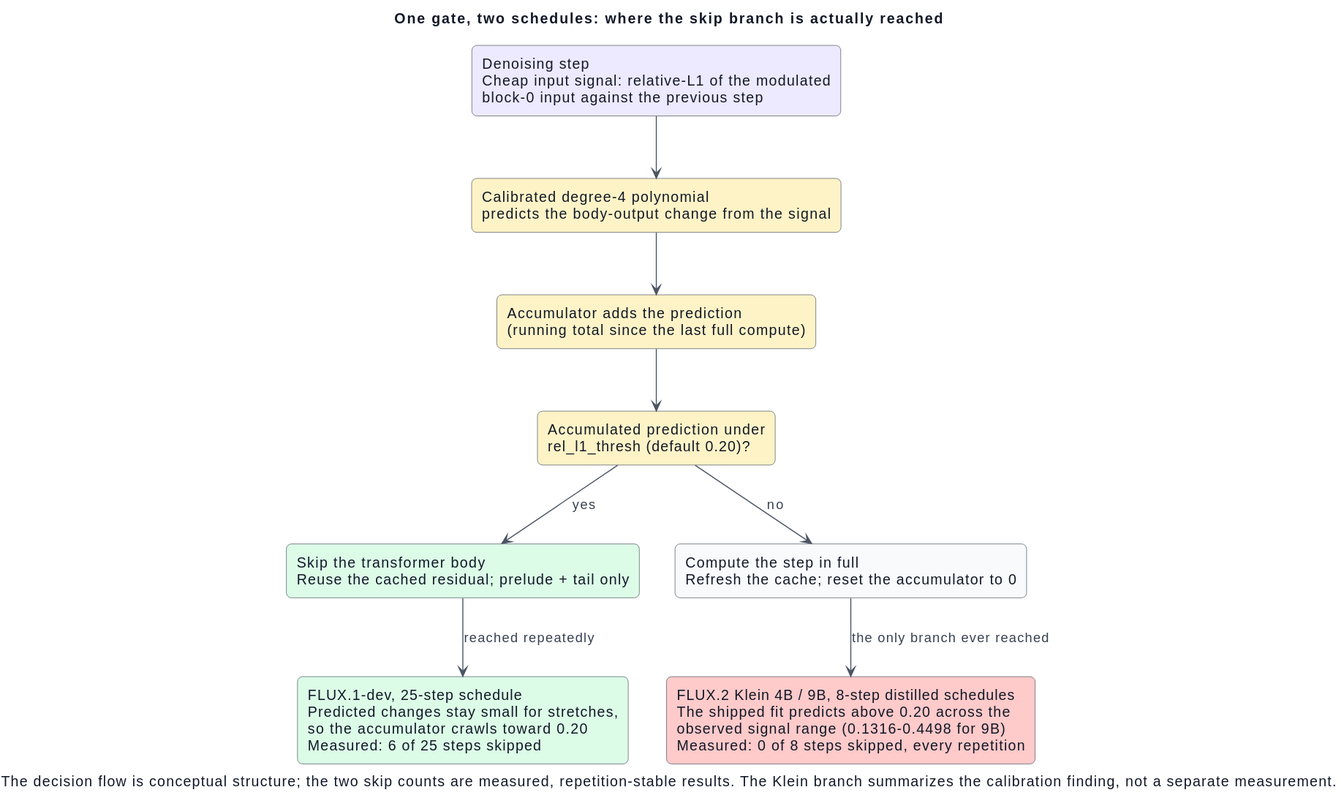
The PlantUML diagram docs/papers/diagrams/gate-engagement-two-schedules.svg in IonDen/mlx-teacache, before a commit. The source it was exported from:
```plantuml
@startuml
title One gate, two schedules: where the skip branch is actually reached

skinparam backgroundColor #FFFFFF
skinparam shadowing false
skinparam roundCorner 10
skinparam defaultFontName Helvetica
skinparam defaultFontColor #111827
skinparam ArrowColor #4B5563
skinparam ArrowFontColor #374151
skinparam rectangle {
  BorderColor #4B5563
  FontColor #111827
  BackgroundColor #F8FAFC
}

rectangle "Denoising step\nCheap input signal: relative-L1 of the modulated\nblock-0 input against the previous step" as signal #EDE9FE

rectangle "Calibrated degree-4 polynomial\npredicts the body-output change from the signal" as poly #FEF3C7
rectangle "Accumulator adds the prediction\n(running total since the last full compute)" as acc #FEF3C7
rectangle "Accumulated prediction under\nrel_l1_thresh (default 0.20)?" as gate #FEF3C7

rectangle "Skip the transformer body\nReuse the cached residual; prelude + tail only" as skip #DCFCE7
rectangle "Compute the step in full\nRefresh the cache; reset the accumulator to 0" as compute #F8FAFC

rectangle "FLUX.1-dev, 25-step schedule\nPredicted changes stay small for stretches,\nso the accumulator crawls toward 0.20\nMeasured: 6 of 25 steps skipped" as dev #DCFCE7
rectangle "FLUX.2 Klein 4B / 9B, 8-step distilled schedules\nThe shipped fit predicts above 0.20 across the\nobserved signal range (0.1316-0.4498 for 9B)\nMeasured: 0 of 8 steps skipped, every repetition" as klein #FECACA

signal -down-> poly
poly -down-> acc
acc -down-> gate
gate -down-> skip : yes
gate -down-> compute : no
skip -down-> dev : reached repeatedly
compute -down-> klein : the only branch ever reached

caption The decision flow is conceptual structure; the two skip counts are measured, repetition-stable results. The Klein branch summarizes the calibration finding, not a separate measurement.
@enduml
```
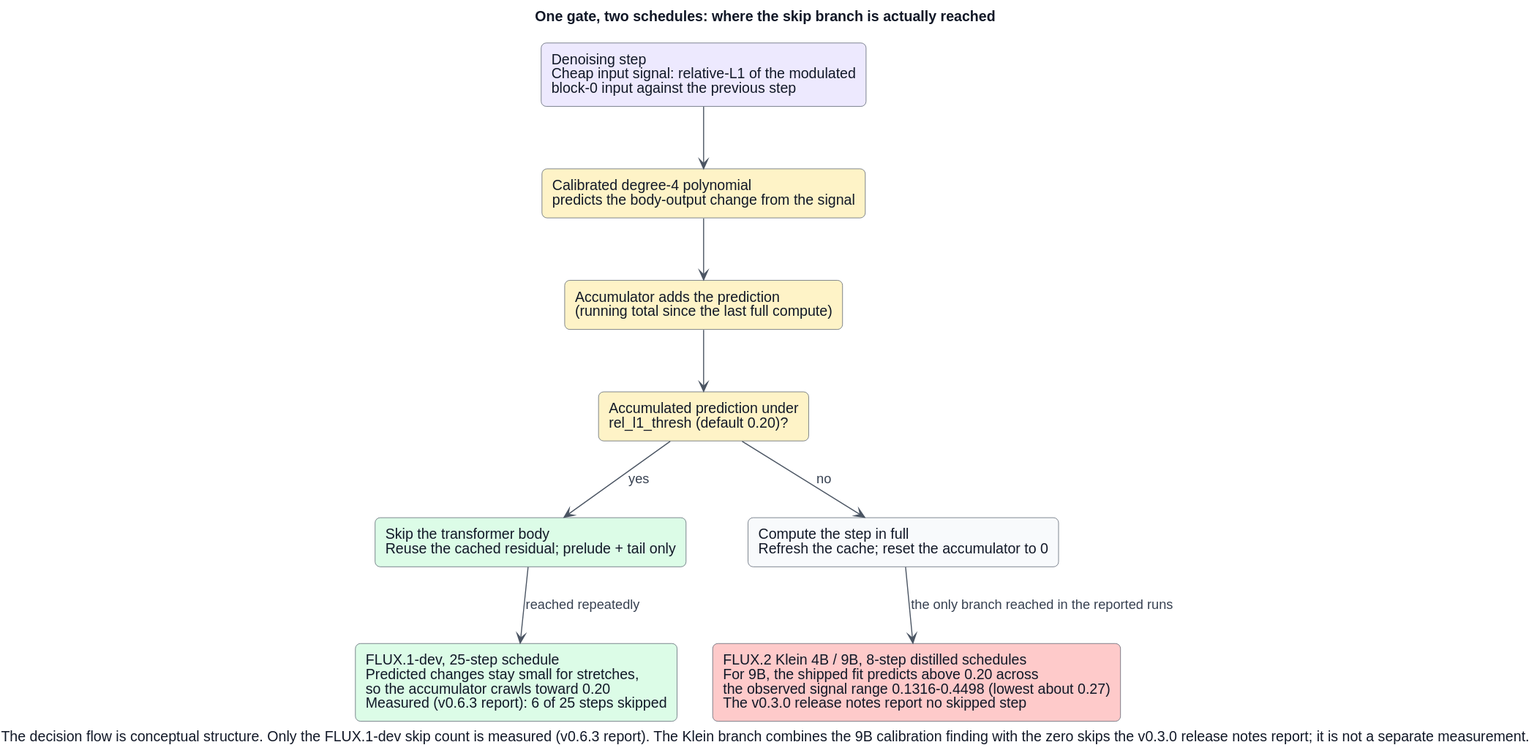
The same diagram one commit later.

Commit message:
Describe the withdrawn 2.68x run as its record shows in the gate paper

The run's cause was not isolated; figures without a results file are removed, dated figures cite the later reports, and the figure marks which skip count is measured.

Diff of the diagram source:
```diff
@@ -23,8 +23,8 @@
 rectangle "Skip the transformer body\nReuse the cached residual; prelude + tail only" as skip #DCFCE7
 rectangle "Compute the step in full\nRefresh the cache; reset the accumulator to 0" as compute #F8FAFC
 
-rectangle "FLUX.1-dev, 25-step schedule\nPredicted changes stay small for stretches,\nso the accumulator crawls toward 0.20\nMeasured: 6 of 25 steps skipped" as dev #DCFCE7
-rectangle "FLUX.2 Klein 4B / 9B, 8-step distilled schedules\nThe shipped fit predicts above 0.20 across the\nobserved signal range (0.1316-0.4498 for 9B)\nMeasured: 0 of 8 steps skipped, every repetition" as klein #FECACA
+rectangle "FLUX.1-dev, 25-step schedule\nPredicted changes stay small for stretches,\nso the accumulator crawls toward 0.20\nMeasured (v0.6.3 report): 6 of 25 steps skipped" as dev #DCFCE7
+rectangle "FLUX.2 Klein 4B / 9B, 8-step distilled schedules\nFor 9B, the shipped fit predicts above 0.20 across\nthe observed signal range 0.1316-0.4498 (lowest about 0.27)\nThe v0.3.0 release notes report no skipped step" as klein #FECACA
 
 signal -down-> poly
 poly -down-> acc
@@ -32,7 +32,7 @@
 gate -down-> skip : yes
 gate -down-> compute : no
 skip -down-> dev : reached repeatedly
-compute -down-> klein : the only branch ever reached
+compute -down-> klein : the only branch reached in the reported runs
 
-caption The decision flow is conceptual structure; the two skip counts are measured, repetition-stable results. The Klein branch summarizes the calibration finding, not a separate measurement.
+caption The decision flow is conceptual structure. Only the FLUX.1-dev skip count is measured (v0.6.3 report). The Klein branch combines the 9B calibration finding with the zero skips the v0.3.0 release notes report; it is not a separate measurement.
 @enduml
```
